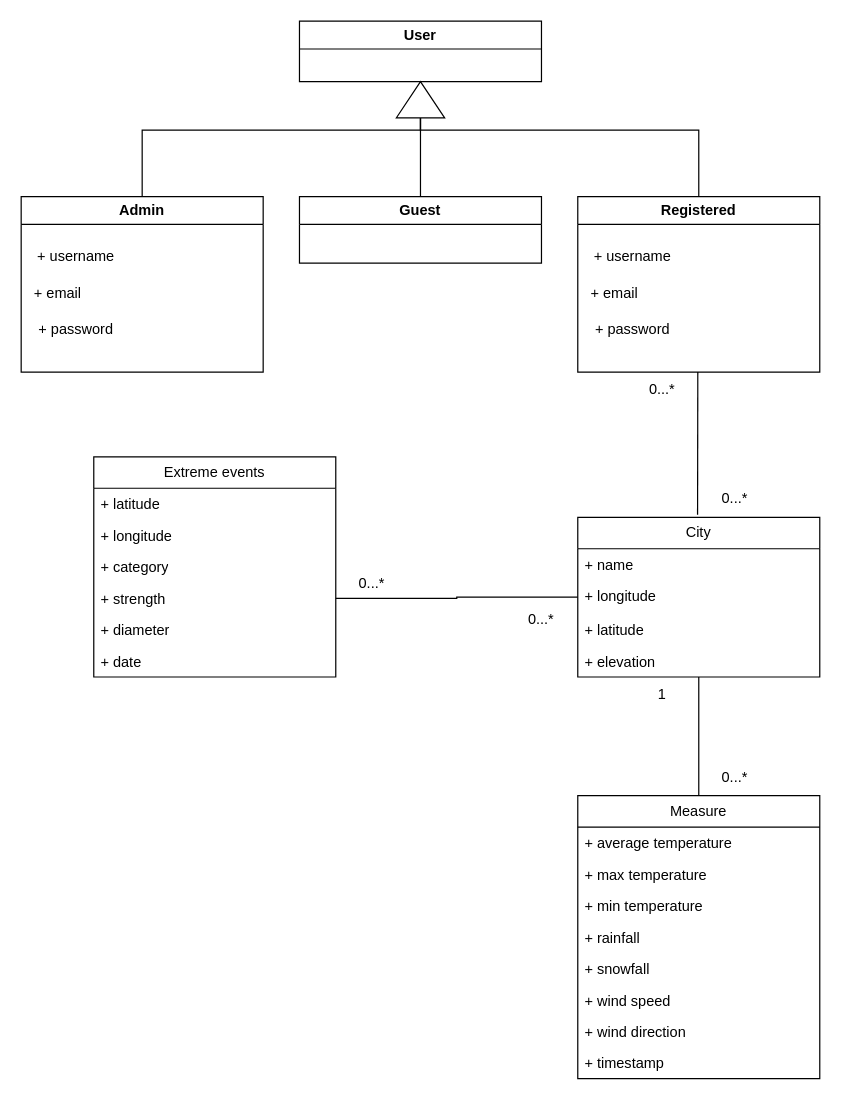
Above: uml.drawio in AlessioSmn/Italy-Weather-Prediction-App (draw.io), before the change. Source tidied: cells renumbered, new cells numbered last; positions are measured from the earlier drawing's top-left corner, leaving out a move shared by most shapes. Both pictures are drawn from the tidied source at 121%, with x=0, y=0 at pixel (21, 21).
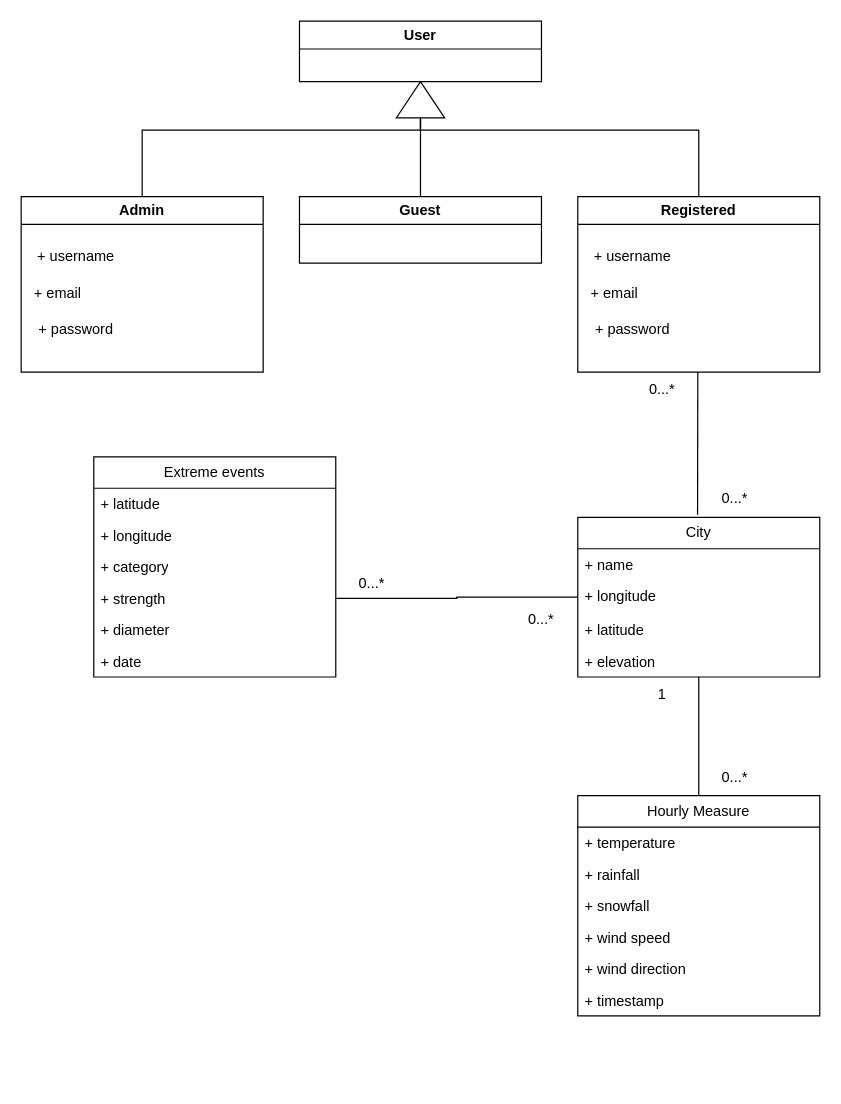
Above is the later version.

Commit message:
Aggiorna uml.drawio - hourly measure

What changed in the source:
```diff
@@
-    <mxCell id="36" value="Measure" style="swimlane;fontStyle=0;horizontal=1;startSize=26;fillColor=none;whiteSpace=wrap;html=1;" parent="1" vertex="1">
-      <mxGeometry x="460" y="640" width="200" height="234" as="geometry" />
+    <mxCell id="36" value="Hourly Measure" style="swimlane;fontStyle=0;horizontal=1;startSize=26;fillColor=none;whiteSpace=wrap;html=1;" parent="1" vertex="1">
+      <mxGeometry x="460" y="640" width="200" height="182" as="geometry" />
     </mxCell>
-    <mxCell id="37" value="+ average temperature" style="text;strokeColor=none;fillColor=none;align=left;verticalAlign=top;spacingLeft=4;spacingRight=4;overflow=hidden;whiteSpace=wrap;html=1;" parent="36" vertex="1">
-      <mxGeometry y="26" width="200" height="26" as="geometry" />
-    </mxCell>
-    <mxCell id="38" value="+ max temperature" style="text;strokeColor=none;fillColor=none;align=left;verticalAlign=top;spacingLeft=4;spacingRight=4;overflow=hidden;whiteSpace=wrap;html=1;" parent="36" vertex="1">
-      <mxGeometry y="52" width="200" height="26" as="geometry" />
-    </mxCell>
-    <mxCell id="39" value="+ min temperature" style="text;strokeColor=none;fillColor=none;align=left;verticalAlign=top;spacingLeft=4;spacingRight=4;overflow=hidden;whiteSpace=wrap;html=1;" parent="36" vertex="1">
-      <mxGeometry y="78" width="200" height="26" as="geometry" />
+    <mxCell id="39" value="+ temperature" style="text;strokeColor=none;fillColor=none;align=left;verticalAlign=top;spacingLeft=4;spacingRight=4;overflow=hidden;whiteSpace=wrap;html=1;" parent="36" vertex="1">
+      <mxGeometry y="26" width="200" height="26" as="geometry" />
     </mxCell>
     <mxCell id="40" value="+ rainfall" style="text;strokeColor=none;fillColor=none;align=left;verticalAlign=top;spacingLeft=4;spacingRight=4;overflow=hidden;whiteSpace=wrap;html=1;" parent="36" vertex="1">
-      <mxGeometry y="104" width="200" height="26" as="geometry" />
+      <mxGeometry y="52" width="200" height="26" as="geometry" />
     </mxCell>
     <mxCell id="41" value="+ snowfall" style="text;strokeColor=none;fillColor=none;align=left;verticalAlign=top;spacingLeft=4;spacingRight=4;overflow=hidden;whiteSpace=wrap;html=1;" parent="36" vertex="1">
-      <mxGeometry y="130" width="200" height="26" as="geometry" />
+      <mxGeometry y="78" width="200" height="26" as="geometry" />
     </mxCell>
     <mxCell id="42" value="+ wind speed" style="text;strokeColor=none;fillColor=none;align=left;verticalAlign=top;spacingLeft=4;spacingRight=4;overflow=hidden;whiteSpace=wrap;html=1;" parent="36" vertex="1">
-      <mxGeometry y="156" width="200" height="26" as="geometry" />
+      <mxGeometry y="104" width="200" height="26" as="geometry" />
     </mxCell>
     <mxCell id="43" value="+ wind direction" style="text;strokeColor=none;fillColor=none;align=left;verticalAlign=top;spacingLeft=4;spacingRight=4;overflow=hidden;whiteSpace=wrap;html=1;" parent="36" vertex="1">
-      <mxGeometry y="182" width="200" height="26" as="geometry" />
+      <mxGeometry y="130" width="200" height="26" as="geometry" />
     </mxCell>
     <mxCell id="44" value="+ timestamp" style="text;strokeColor=none;fillColor=none;align=left;verticalAlign=top;spacingLeft=4;spacingRight=4;overflow=hidden;whiteSpace=wrap;html=1;" parent="36" vertex="1">
-      <mxGeometry y="208" width="200" height="26" as="geometry" />
+      <mxGeometry y="156" width="200" height="26" as="geometry" />
     </mxCell>
```
